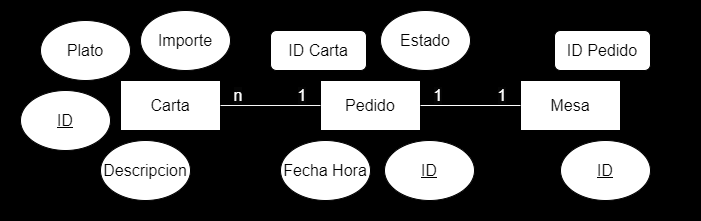
Before: bocetos/POS diagrama entidad relacion.drawio.png, a diagram exported from draw.io (FernandoKuo/Sistema_PointOfSale). Source tidied: cells renumbered, new cells last; positions are measured from the earlier drawing's top-left corner, leaving out a move shared by most shapes.
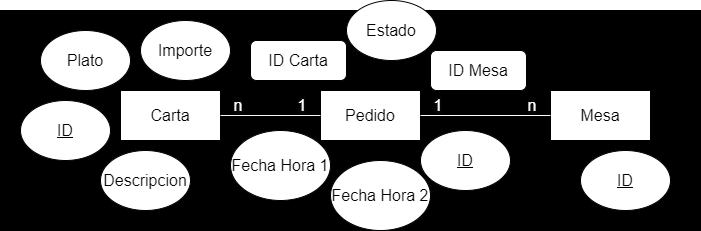
Above is the later version.

What changed in the source:
```diff
@@ -12,7 +12,7 @@
       <mxGeometry x="320" y="80" width="100" height="50" as="geometry" />
     </mxCell>
     <mxCell id="5" value="&lt;font size=&quot;3&quot;&gt;Mesa&lt;/font&gt;" style="rounded=0;whiteSpace=wrap;html=1;" parent="1" vertex="1">
-      <mxGeometry x="520" y="80" width="100" height="50" as="geometry" />
+      <mxGeometry x="550" y="80" width="100" height="50" as="geometry" />
     </mxCell>
     <mxCell id="6" style="endArrow=none;html=1;rounded=0;entryX=1;entryY=0.5;entryDx=0;entryDy=0;exitX=0;exitY=0.5;exitDx=0;exitDy=0;strokeColor=#FFFFFF;" parent="1" edge="1" source="5" target="4">
       <mxGeometry relative="1" as="geometry" />
@@ -33,25 +33,22 @@
       <mxGeometry x="20" y="90" width="90" height="60" as="geometry" />
     </mxCell>
     <mxCell id="12" value="&lt;span style=&quot;font-size: medium;&quot;&gt;&lt;u&gt;ID&lt;/u&gt;&lt;/span&gt;" style="ellipse;whiteSpace=wrap;html=1;" parent="1" vertex="1">
-      <mxGeometry x="384" y="140" width="90" height="60" as="geometry" />
+      <mxGeometry x="420" y="120" width="90" height="60" as="geometry" />
     </mxCell>
     <mxCell id="13" value="&lt;font size=&quot;3&quot;&gt;&lt;u&gt;ID&lt;/u&gt;&lt;/font&gt;" style="ellipse;whiteSpace=wrap;html=1;" parent="1" vertex="1">
-      <mxGeometry x="560" y="140" width="90" height="60" as="geometry" />
+      <mxGeometry x="580" y="140" width="90" height="60" as="geometry" />
     </mxCell>
     <mxCell id="14" value="&lt;font size=&quot;3&quot;&gt;Estado&lt;/font&gt;" style="ellipse;whiteSpace=wrap;html=1;" parent="1" vertex="1">
-      <mxGeometry x="380" y="10" width="90" height="60" as="geometry" />
+      <mxGeometry x="346" y="-10" width="90" height="60" as="geometry" />
     </mxCell>
-    <mxCell id="15" value="&lt;span style=&quot;font-size: medium;&quot;&gt;Fecha Hora&lt;/span&gt;" style="ellipse;whiteSpace=wrap;html=1;" parent="1" vertex="1">
-      <mxGeometry x="280" y="140" width="90" height="60" as="geometry" />
+    <mxCell id="15" value="&lt;span style=&quot;font-size: medium;&quot;&gt;Fecha Hora 1&lt;/span&gt;" style="ellipse;whiteSpace=wrap;html=1;" parent="1" vertex="1">
+      <mxGeometry x="230" y="120" width="100" height="70" as="geometry" />
     </mxCell>
     <mxCell id="16" value="&lt;font style=&quot;font-size: 16px;&quot;&gt;ID Carta&lt;/font&gt;" style="rounded=1;whiteSpace=wrap;html=1;" parent="1" vertex="1">
-      <mxGeometry x="270" y="30" width="96" height="40" as="geometry" />
+      <mxGeometry x="250" y="30" width="96" height="40" as="geometry" />
     </mxCell>
-    <mxCell id="17" value="&lt;font style=&quot;font-size: 16px;&quot;&gt;ID Pedido&lt;/font&gt;" style="rounded=1;whiteSpace=wrap;html=1;" parent="1" vertex="1">
-      <mxGeometry x="554" y="30" width="96" height="40" as="geometry" />
-    </mxCell>
-    <mxCell id="18" value="&lt;font color=&quot;#ffffff&quot; style=&quot;font-size: 16px; background-color: rgb(5, 5, 5);&quot;&gt;1&lt;/font&gt;" style="text;html=1;align=center;verticalAlign=middle;whiteSpace=wrap;rounded=0;" parent="1" vertex="1">
-      <mxGeometry x="470" y="80" width="64" height="30" as="geometry" />
+    <mxCell id="18" value="&lt;font color=&quot;#ffffff&quot; style=&quot;font-size: 16px; background-color: rgb(5, 5, 5);&quot;&gt;n&lt;/font&gt;" style="text;html=1;align=center;verticalAlign=middle;whiteSpace=wrap;rounded=0;" parent="1" vertex="1">
+      <mxGeometry x="500" y="80" width="64" height="30" as="geometry" />
     </mxCell>
     <mxCell id="19" value="&lt;font color=&quot;#ffffff&quot; style=&quot;font-size: 16px; background-color: rgb(5, 5, 5);&quot;&gt;1&lt;/font&gt;" style="text;html=1;align=center;verticalAlign=middle;whiteSpace=wrap;rounded=0;" parent="1" vertex="1">
       <mxGeometry x="406" y="80" width="64" height="30" as="geometry" />
@@ -62,5 +59,11 @@
     <mxCell id="21" value="&lt;font color=&quot;#ffffff&quot; style=&quot;font-size: 16px; background-color: rgb(5, 5, 5);&quot;&gt;n&lt;/font&gt;" style="text;html=1;align=center;verticalAlign=middle;whiteSpace=wrap;rounded=0;" parent="1" vertex="1">
       <mxGeometry x="206" y="80" width="64" height="30" as="geometry" />
     </mxCell>
+    <mxCell id="22" value="&lt;span style=&quot;font-size: medium;&quot;&gt;Fecha Hora 2&lt;/span&gt;" style="ellipse;whiteSpace=wrap;html=1;" parent="1" vertex="1">
+      <mxGeometry x="330" y="150" width="100" height="70" as="geometry" />
+    </mxCell>
+    <mxCell id="23" value="&lt;font style=&quot;font-size: 16px;&quot;&gt;ID Mesa&lt;/font&gt;" style="rounded=1;whiteSpace=wrap;html=1;" parent="1" vertex="1">
+      <mxGeometry x="430" y="40" width="96" height="40" as="geometry" />
+    </mxCell>
   </root>
 </mxGraphModel>
```
